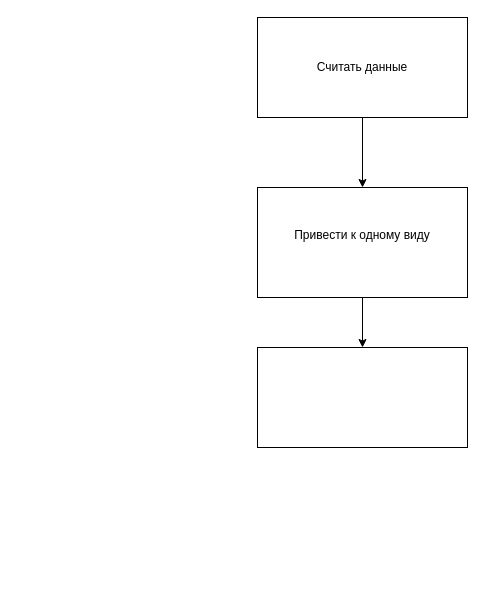
lannoyy/improvado_test_task keeps this draw.io diagram as Untitled Diagram.drawio. Above is the earlier version. Source tidied: cells renumbered, new cells numbered last; positions are measured from the earlier drawing's top-left corner, leaving out a move shared by most shapes. Both pictures are drawn from the tidied source at 100%, with x=0, y=0 at pixel (257, 17).
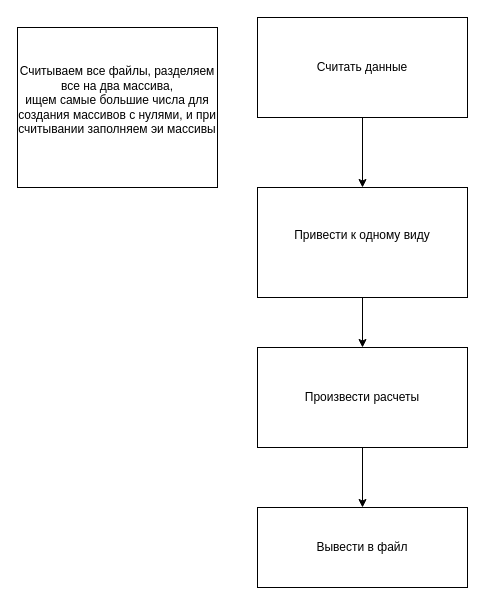
The same page after the edit.

Change to the diagram source:
```diff
@@
 <mxGraphModel>
   <root>
     <mxCell id="0" />
     <mxCell id="1" parent="0" />
     <mxCell id="2" style="edgeStyle=orthogonalEdgeStyle;rounded=0;jettySize=auto;html=1;" parent="1" edge="1" source="3" target="5">
       <mxGeometry relative="1" as="geometry" />
     </mxCell>
     <mxCell id="3" value="Считать данные" style="rounded=0;whiteSpace=wrap;html=1;" parent="1" vertex="1">
       <mxGeometry width="210" height="100" as="geometry" />
     </mxCell>
     <mxCell id="4" style="edgeStyle=orthogonalEdgeStyle;rounded=0;jettySize=auto;html=1;entryX=0.5;entryY=0;entryDx=0;entryDy=0;" parent="1" edge="1" source="5" target="6">
       <mxGeometry relative="1" as="geometry" />
     </mxCell>
     <mxCell id="5" value="&lt;div&gt;Привести к одному виду&lt;/div&gt;&lt;div&gt;&lt;br&gt;&lt;/div&gt;" style="rounded=0;whiteSpace=wrap;html=1;" parent="1" vertex="1">
       <mxGeometry y="170" width="210" height="110" as="geometry" />
     </mxCell>
+    <mxCell id="7" style="edgeStyle=orthogonalEdgeStyle;rounded=0;jettySize=auto;html=1;entryX=0.5;entryY=0;entryDx=0;entryDy=0;" parent="1" edge="1" source="6" target="8">
+      <mxGeometry relative="1" as="geometry" />
+    </mxCell>
-    <mxCell id="6" style="rounded=0;whiteSpace=wrap;html=1;" parent="1" vertex="1">
+    <mxCell id="6" value="Произвести расчеты" style="rounded=0;whiteSpace=wrap;html=1;" parent="1" vertex="1">
       <mxGeometry y="330" width="210" height="100" as="geometry" />
     </mxCell>
+    <mxCell id="8" value="&lt;div&gt;Вывести в файл&lt;/div&gt;" style="rounded=0;whiteSpace=wrap;html=1;" parent="1" vertex="1">
+      <mxGeometry y="490" width="210" height="80" as="geometry" />
+    </mxCell>
+    <mxCell id="9" value="&lt;div&gt;Считываем все файлы, разделяем все на два массива,&lt;/div&gt;&lt;div&gt;ищем самые большие числа для создания массивов с нулями, и при считывании заполняем эи массивы&lt;br&gt;&lt;/div&gt;&lt;div&gt;&lt;br&gt;&lt;/div&gt;" style="rounded=0;whiteSpace=wrap;html=1;" parent="1" vertex="1">
+      <mxGeometry x="-240" y="10" width="200" height="160" as="geometry" />
+    </mxCell>
   </root>
 </mxGraphModel>
```
